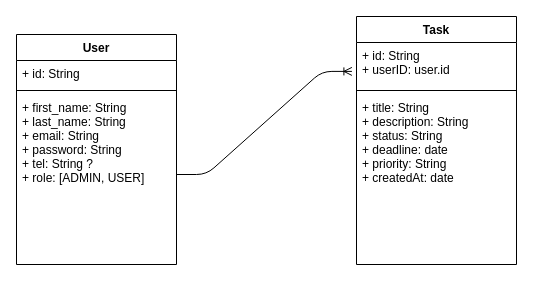
Before: task.drawio in amadoudwade/taskifyer, a draw.io diagram. Source tidied: cells renumbered, new cells numbered last; positions are measured from the earlier drawing's top-left corner, leaving out a move shared by most shapes. Both pictures are drawn from the tidied source at 100%, with x=0, y=0 at pixel (16, 16).
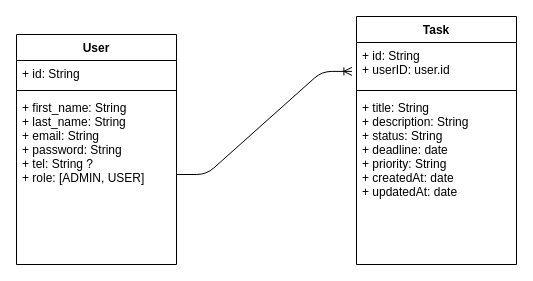
Above is the later version.

Diff of the diagram source:
```diff
@@
 <mxGraphModel>
   <root>
     <mxCell id="0" />
     <mxCell id="1" parent="0" />
     <mxCell id="2" style="edgeStyle=entityRelationEdgeStyle;fontSize=12;html=1;endArrow=ERoneToMany;entryX=0.003;entryY=0.087;entryDx=0;entryDy=0;entryPerimeter=0;" parent="1" edge="1">
       <mxGeometry relative="1" as="geometry">
         <mxPoint x="160" y="158" as="sourcePoint" />
         <mxPoint x="335.4" y="54.9" as="targetPoint" />
       </mxGeometry>
     </mxCell>
     <mxCell id="3" value="User" style="swimlane;fontStyle=1;align=center;verticalAlign=top;horizontal=1;startSize=26;" parent="1" vertex="1">
       <mxGeometry y="18" width="160" height="230" as="geometry" />
     </mxCell>
     <mxCell id="4" value="+ id: String" style="text;strokeColor=none;fillColor=none;align=left;verticalAlign=top;spacingLeft=4;spacingRight=4;overflow=hidden;" parent="3" vertex="1">
       <mxGeometry y="26" width="160" height="26" as="geometry" />
     </mxCell>
     <mxCell id="5" style="line;strokeWidth=1;fillColor=none;align=left;verticalAlign=middle;spacingTop=-1;spacingLeft=3;spacingRight=3;labelPosition=right;strokeColor=inherit;" parent="3" vertex="1">
       <mxGeometry y="52" width="160" height="8" as="geometry" />
     </mxCell>
     <mxCell id="6" value="+ first_name: String&#10;+ last_name: String&#10;+ email: String&#10;+ password: String&#10;+ tel: String ?&#10;+ role: [ADMIN, USER]" style="text;strokeColor=none;fillColor=none;align=left;verticalAlign=top;spacingLeft=4;spacingRight=4;overflow=hidden;" parent="3" vertex="1">
       <mxGeometry y="60" width="160" height="170" as="geometry" />
     </mxCell>
     <mxCell id="7" value="Task" style="swimlane;fontStyle=1;align=center;verticalAlign=top;horizontal=1;startSize=26;" parent="1" vertex="1">
       <mxGeometry x="340" width="160" height="248" as="geometry" />
     </mxCell>
     <mxCell id="8" value="+ id: String&#10;+ userID: user.id " style="text;strokeColor=none;fillColor=none;align=left;verticalAlign=top;spacingLeft=4;spacingRight=4;overflow=hidden;" parent="7" vertex="1">
       <mxGeometry y="26" width="160" height="44" as="geometry" />
     </mxCell>
     <mxCell id="9" style="line;strokeWidth=1;fillColor=none;align=left;verticalAlign=middle;spacingTop=-1;spacingLeft=3;spacingRight=3;labelPosition=right;strokeColor=inherit;" parent="7" vertex="1">
       <mxGeometry y="70" width="160" height="8" as="geometry" />
     </mxCell>
-    <mxCell id="10" value="+ title: String&#10;+ description: String&#10;+ status: String&#10;+ deadline: date&#10;+ priority: String&#10;+ createdAt: date" style="text;strokeColor=none;fillColor=none;align=left;verticalAlign=top;spacingLeft=4;spacingRight=4;overflow=hidden;" parent="7" vertex="1">
+    <mxCell id="10" value="+ title: String&#10;+ description: String&#10;+ status: String&#10;+ deadline: date&#10;+ priority: String&#10;+ createdAt: date&#10;+ updatedAt: date" style="text;strokeColor=none;fillColor=none;align=left;verticalAlign=top;spacingLeft=4;spacingRight=4;overflow=hidden;" parent="7" vertex="1">
       <mxGeometry y="78" width="160" height="170" as="geometry" />
     </mxCell>
   </root>
 </mxGraphModel>
```
